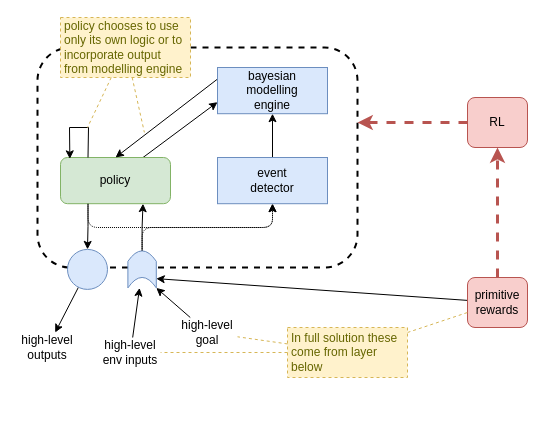
Earlier version of the draw.io diagram page "with-modelling" (7 of 8) of files/Executive-control.drawio (malcolmlett/malcolmlett.github.io). Source tidied: cells renumbered, new cells numbered last; positions are measured from the earlier drawing's top-left corner, leaving out a move shared by most shapes. Both pictures are drawn from the tidied source at 100%, with x=0, y=0 at pixel (17, 17).
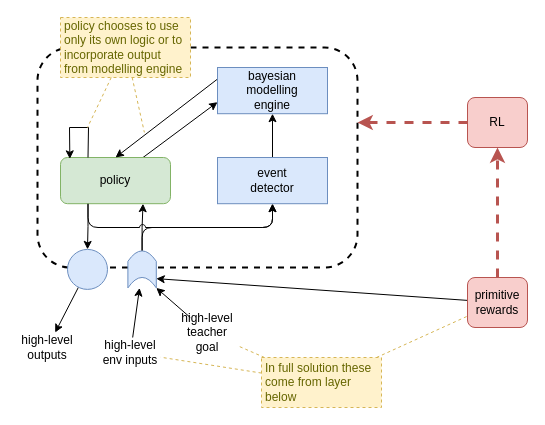
After the change.

Unchanged cells that the change refers to:
```xml
<mxCell id="8" style="shape=dataStorage;whiteSpace=wrap;html=1;fixedSize=1;rounded=1;strokeWidth=1;fillColor=#dae8fc;strokeColor=#6c8ebf;rotation=90;size=10.440361664870636;horizontal=1;fontSize=17;" parent="1" vertex="1">
  <mxGeometry x="106.1" y="237.7" width="37" height="28.4" as="geometry" />
</mxCell>
<mxCell id="13" value="policy" style="rounded=1;whiteSpace=wrap;html=1;fillColor=#d5e8d4;strokeColor=#82b366;verticalAlign=middle;" parent="1" vertex="1">
  <mxGeometry x="43" y="140" width="110" height="46.2" as="geometry" />
</mxCell>
<mxCell id="17" value="event&lt;br&gt;detector" style="rounded=0;whiteSpace=wrap;html=1;fillColor=#dae8fc;strokeColor=#6c8ebf;verticalAlign=middle;" parent="1" vertex="1">
  <mxGeometry x="200" y="140" width="110" height="46.2" as="geometry" />
</mxCell>
```

Diff of the diagram source:
```diff
@@
-    <mxCell id="7" style="edgeStyle=orthogonalEdgeStyle;rounded=1;jettySize=auto;html=1;endArrow=classic;endFill=1;strokeWidth=1;entryX=0.5;entryY=1;entryDx=0;entryDy=0;jumpStyle=arc;dashed=1;dashPattern=1 1;" parent="1" edge="1" source="8" target="17">
+    <mxCell id="7" style="edgeStyle=orthogonalEdgeStyle;rounded=1;jettySize=auto;html=1;endArrow=classic;endFill=1;strokeWidth=1;entryX=0.5;entryY=1;entryDx=0;entryDy=0;jumpStyle=arc;" parent="1" edge="1" source="8" target="17">
       <mxGeometry relative="1" as="geometry">
         <Array as="points">
           <mxPoint x="125" y="210" />
           <mxPoint x="255" y="210" />
         </Array>
       </mxGeometry>
     </mxCell>
@@
-    <mxCell id="23" style="edgeStyle=orthogonalEdgeStyle;rounded=1;jettySize=auto;html=1;entryX=0.5;entryY=1;entryDx=0;entryDy=0;endArrow=classic;endFill=1;strokeWidth=1;jumpStyle=none;dashed=1;dashPattern=1 1;exitX=0.25;exitY=1;exitDx=0;exitDy=0;" parent="1" edge="1" source="13" target="17">
+    <mxCell id="23" style="edgeStyle=orthogonalEdgeStyle;rounded=1;jettySize=auto;html=1;entryX=0.5;entryY=1;entryDx=0;entryDy=0;endArrow=classic;endFill=1;strokeWidth=1;jumpStyle=arc;exitX=0.25;exitY=1;exitDx=0;exitDy=0;" parent="1" edge="1" source="13" target="17">
       <mxGeometry relative="1" as="geometry">
         <Array as="points">
           <mxPoint x="71" y="210" />
           <mxPoint x="255" y="210" />
         </Array>
       </mxGeometry>
     </mxCell>
@@
     <mxCell id="25" value="In full solution these come from layer below" style="rounded=0;whiteSpace=wrap;html=1;align=left;fillColor=#fff2cc;strokeColor=#d6b656;fontColor=#666600;dashed=1;spacingLeft=2;spacingRight=2;" parent="1" vertex="1">
-      <mxGeometry x="270" y="310" width="120" height="50" as="geometry" />
+      <mxGeometry x="244" y="340" width="120" height="50" as="geometry" />
     </mxCell>
@@
-    <mxCell id="28" value="high-level&lt;br&gt;goal" style="text;html=1;strokeColor=none;fillColor=none;align=center;verticalAlign=middle;whiteSpace=wrap;rounded=0;dashed=1;dashPattern=1 1;fontStyle=0;" parent="1" vertex="1">
+    <mxCell id="28" value="high-level&lt;br&gt;teacher goal" style="text;html=1;strokeColor=none;fillColor=none;align=center;verticalAlign=middle;whiteSpace=wrap;rounded=0;dashed=1;dashPattern=1 1;fontStyle=0;" parent="1" vertex="1">
       <mxGeometry x="160" y="300" width="60" height="30" as="geometry" />
     </mxCell>
```
